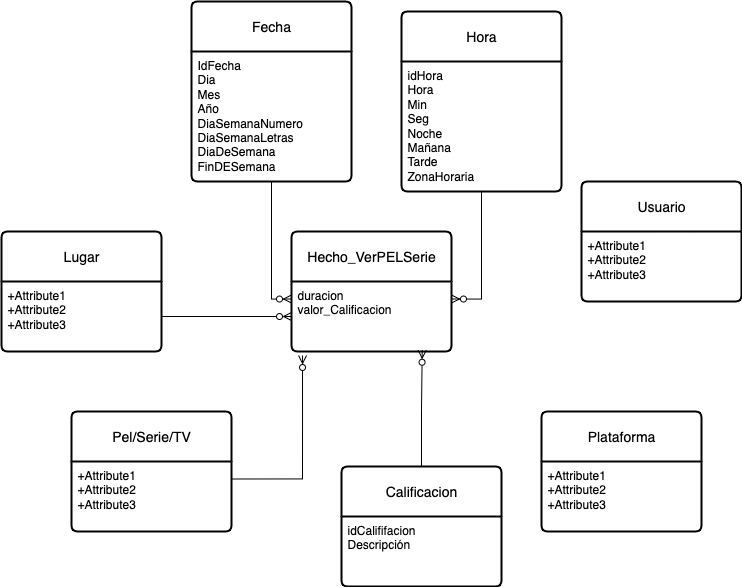
Above: InteligenciaNegocios.drawio.png in CamiloC21/DiagramasIN (draw.io), before the change. Source tidied: cells renumbered, new cells last; positions are measured from the earlier drawing's top-left corner, leaving out a move shared by most shapes.
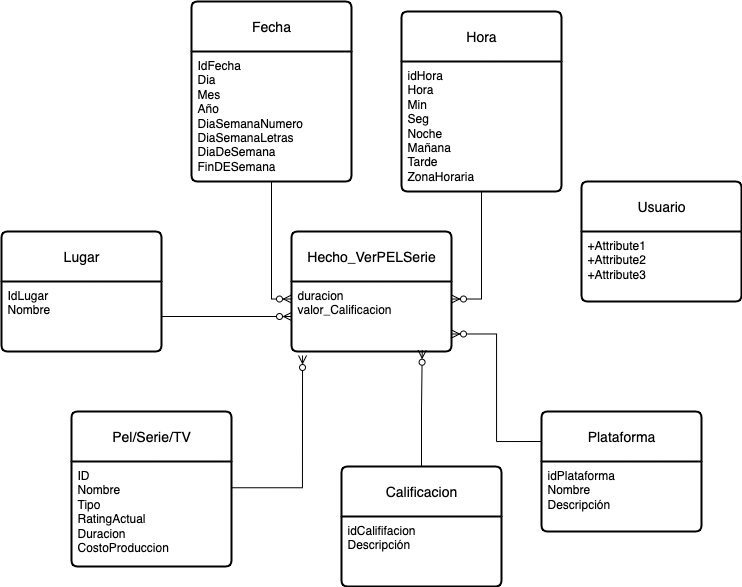
The same file after the commit.

Change to the diagram source:
```diff
@@ -17,19 +17,22 @@
     <mxCell id="6" value="Lugar" style="swimlane;horizontal=1;startSize=50;rounded=1;fontSize=14;fontStyle=0;strokeWidth=2;shadow=0;dashed=0;align=center;arcSize=4;whiteSpace=wrap;html=1;" parent="1" vertex="1">
       <mxGeometry y="230" width="160" height="120" as="geometry" />
     </mxCell>
-    <mxCell id="7" value="+Attribute1&#10;+Attribute2&#10;+Attribute3" style="align=left;strokeColor=none;fillColor=none;spacingLeft=4;spacingRight=4;fontSize=12;verticalAlign=top;html=1;whiteSpace=wrap;" parent="6" vertex="1">
+    <mxCell id="7" value="IdLugar&lt;div&gt;Nombre&lt;/div&gt;" style="align=left;strokeColor=none;fillColor=none;spacingLeft=4;spacingRight=4;fontSize=12;verticalAlign=top;html=1;whiteSpace=wrap;" parent="6" vertex="1">
       <mxGeometry y="50" width="160" height="70" as="geometry" />
     </mxCell>
     <mxCell id="8" value="Pel/Serie/TV" style="swimlane;horizontal=1;startSize=50;rounded=1;fontSize=14;fontStyle=0;strokeWidth=2;shadow=0;dashed=0;align=center;arcSize=4;whiteSpace=wrap;html=1;" parent="1" vertex="1">
-      <mxGeometry x="70" y="410" width="160" height="120" as="geometry" />
+      <mxGeometry x="70" y="410" width="160" height="155" as="geometry" />
     </mxCell>
-    <mxCell id="9" value="+Attribute1&#10;+Attribute2&#10;+Attribute3" style="align=left;strokeColor=none;fillColor=none;spacingLeft=4;spacingRight=4;fontSize=12;verticalAlign=top;html=1;whiteSpace=wrap;" parent="8" vertex="1">
-      <mxGeometry y="50" width="160" height="70" as="geometry" />
+    <mxCell id="9" value="ID&lt;div&gt;Nombre&lt;/div&gt;&lt;div&gt;Tipo&amp;nbsp;&lt;/div&gt;&lt;div&gt;RatingActual&lt;/div&gt;&lt;div&gt;Duracion&lt;/div&gt;&lt;div&gt;CostoProduccion&lt;/div&gt;" style="align=left;strokeColor=none;fillColor=none;spacingLeft=4;spacingRight=4;fontSize=12;verticalAlign=top;html=1;whiteSpace=wrap;" parent="8" vertex="1">
+      <mxGeometry y="50" width="160" height="105" as="geometry" />
     </mxCell>
+    <mxCell id="23" style="edgeStyle=orthogonalEdgeStyle;rounded=0;jettySize=auto;html=1;exitX=0;exitY=0.25;exitDx=0;exitDy=0;entryX=1;entryY=0.75;entryDx=0;entryDy=0;endArrow=ERzeroToMany;endFill=0;" parent="1" edge="1" source="10" target="3">
+      <mxGeometry relative="1" as="geometry" />
+    </mxCell>
     <mxCell id="10" value="Plataforma" style="swimlane;horizontal=1;startSize=50;rounded=1;fontSize=14;fontStyle=0;strokeWidth=2;shadow=0;dashed=0;align=center;arcSize=4;whiteSpace=wrap;html=1;" parent="1" vertex="1">
       <mxGeometry x="540" y="410" width="160" height="120" as="geometry" />
     </mxCell>
-    <mxCell id="11" value="+Attribute1&#10;+Attribute2&#10;+Attribute3" style="align=left;strokeColor=none;fillColor=none;spacingLeft=4;spacingRight=4;fontSize=12;verticalAlign=top;html=1;whiteSpace=wrap;" parent="10" vertex="1">
+    <mxCell id="11" value="idPlataforma&lt;div&gt;Nombre&lt;/div&gt;&lt;div&gt;Descripción&lt;/div&gt;" style="align=left;strokeColor=none;fillColor=none;spacingLeft=4;spacingRight=4;fontSize=12;verticalAlign=top;html=1;whiteSpace=wrap;" parent="10" vertex="1">
       <mxGeometry y="50" width="160" height="70" as="geometry" />
     </mxCell>
     <mxCell id="12" value="Fecha" style="swimlane;horizontal=1;startSize=50;rounded=1;fontSize=14;fontStyle=0;strokeWidth=2;shadow=0;dashed=0;align=center;arcSize=4;whiteSpace=wrap;html=1;" parent="1" vertex="1">
```
